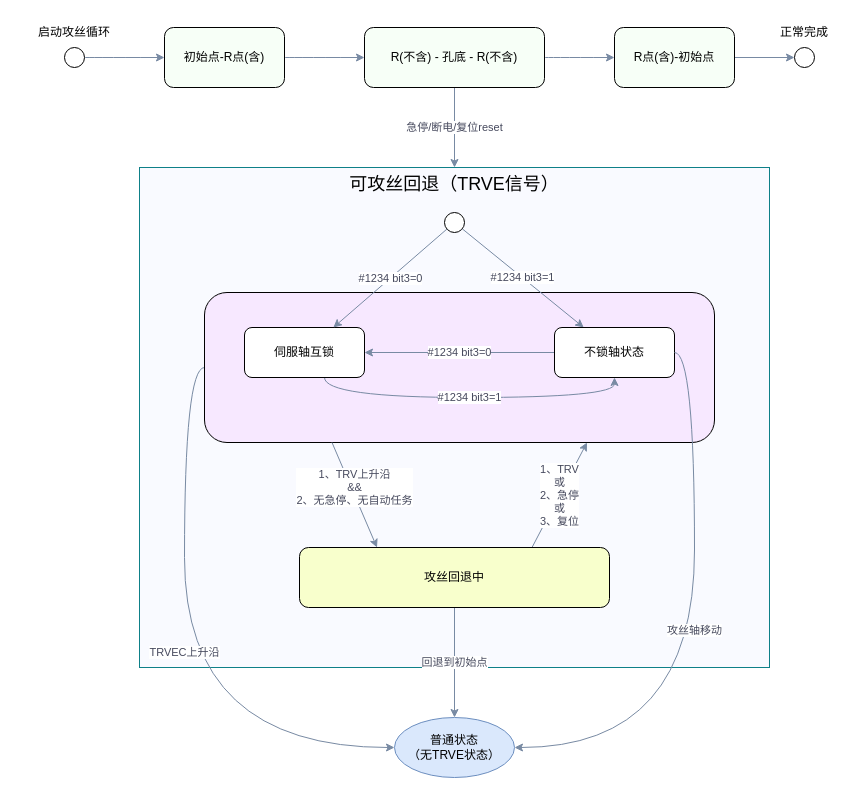
hsheridan-hccfl/drawio keeps this draw.io diagram as 2026-09-21 攻丝回退2.drawio. Above is the earlier version. Source tidied: cells renumbered, new cells numbered last; positions are measured from the earlier drawing's top-left corner, leaving out a move shared by most shapes. Both pictures are drawn from the tidied source at 100%, with x=0, y=0 at pixel (34, 17).
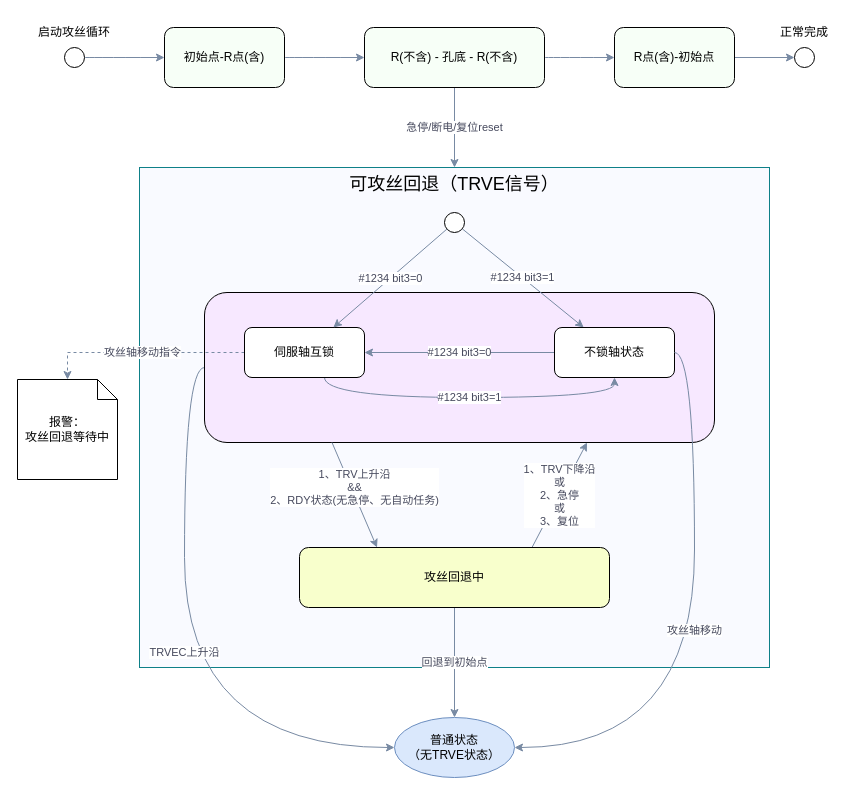
The same page after the edit.

The change refers to these unchanged cells:
```xml
<mxCell id="4" style="rounded=1;whiteSpace=wrap;html=1;fillColor=#F7E8FF;" parent="1" vertex="1">
  <mxGeometry x="170" y="275" width="510" height="150" as="geometry" />
</mxCell>
<mxCell id="6" value="伺服轴互锁" style="rounded=1;whiteSpace=wrap;html=1;" parent="1" vertex="1">
  <mxGeometry x="210" y="310" width="120" height="50" as="geometry" />
</mxCell>
<mxCell id="14" value="攻丝回退中" style="rounded=1;whiteSpace=wrap;html=1;verticalAlign=middle;fillColor=#F8FFCC;" parent="1" vertex="1">
  <mxGeometry x="265" y="530" width="310" height="60" as="geometry" />
</mxCell>
```

Change to the diagram source:
```diff
@@
+    <mxCell id="30" value="攻丝轴移动指令" style="edgeStyle=orthogonalEdgeStyle;rounded=0;jettySize=auto;html=1;strokeColor=#788AA3;fontColor=#46495D;fillColor=#B2C9AB;dashed=1;" parent="1" edge="1" source="6" target="31">
+      <mxGeometry relative="1" as="geometry" />
+    </mxCell>
@@
-    <mxCell id="12" value="1、TRV&lt;div&gt;或&lt;/div&gt;&lt;div&gt;2、急停&lt;/div&gt;&lt;div&gt;或&lt;/div&gt;&lt;div&gt;3、复位&lt;/div&gt;" style="edgeStyle=none;rounded=0;jettySize=auto;html=1;exitX=0.75;exitY=0;exitDx=0;exitDy=0;strokeColor=#788AA3;fontColor=#46495D;fillColor=#B2C9AB;entryX=0.75;entryY=1;entryDx=0;entryDy=0;" parent="1" edge="1" source="14" target="4">
+    <mxCell id="12" value="1、TRV下降沿&lt;div&gt;或&lt;/div&gt;&lt;div&gt;2、急停&lt;/div&gt;&lt;div&gt;或&lt;/div&gt;&lt;div&gt;3、复位&lt;/div&gt;" style="edgeStyle=none;rounded=0;jettySize=auto;html=1;exitX=0.75;exitY=0;exitDx=0;exitDy=0;strokeColor=#788AA3;fontColor=#46495D;fillColor=#B2C9AB;entryX=0.75;entryY=1;entryDx=0;entryDy=0;" parent="1" edge="1" source="14" target="4">
       <mxGeometry relative="1" as="geometry" />
     </mxCell>
@@
-    <mxCell id="15" value="1、TRV上升沿&lt;div&gt;&amp;amp;&amp;amp;&lt;/div&gt;&lt;div&gt;2、无急停、无自动任务&lt;/div&gt;" style="edgeStyle=none;rounded=0;jettySize=auto;html=1;strokeColor=#788AA3;fontColor=#46495D;fillColor=#B2C9AB;entryX=0.25;entryY=0;entryDx=0;entryDy=0;exitX=0.25;exitY=1;exitDx=0;exitDy=0;" parent="1" edge="1" source="4" target="14">
+    <mxCell id="15" value="1、TRV上升沿&lt;div&gt;&amp;amp;&amp;amp;&lt;/div&gt;&lt;div&gt;2、RDY状态(无急停、无自动任务)&lt;/div&gt;" style="edgeStyle=none;rounded=0;jettySize=auto;html=1;strokeColor=#788AA3;fontColor=#46495D;fillColor=#B2C9AB;entryX=0.25;entryY=0;entryDx=0;entryDy=0;exitX=0.25;exitY=1;exitDx=0;exitDy=0;" parent="1" edge="1" source="4" target="14">
       <mxGeometry x="-0.12" y="3" relative="1" as="geometry" />
     </mxCell>
@@
+    <mxCell id="31" value="报警：&lt;div&gt;攻丝回退等待中&lt;/div&gt;" style="shape=note;size=20;whiteSpace=wrap;html=1;" parent="1" vertex="1">
+      <mxGeometry x="-17" y="362" width="100" height="100" as="geometry" />
+    </mxCell>
```
